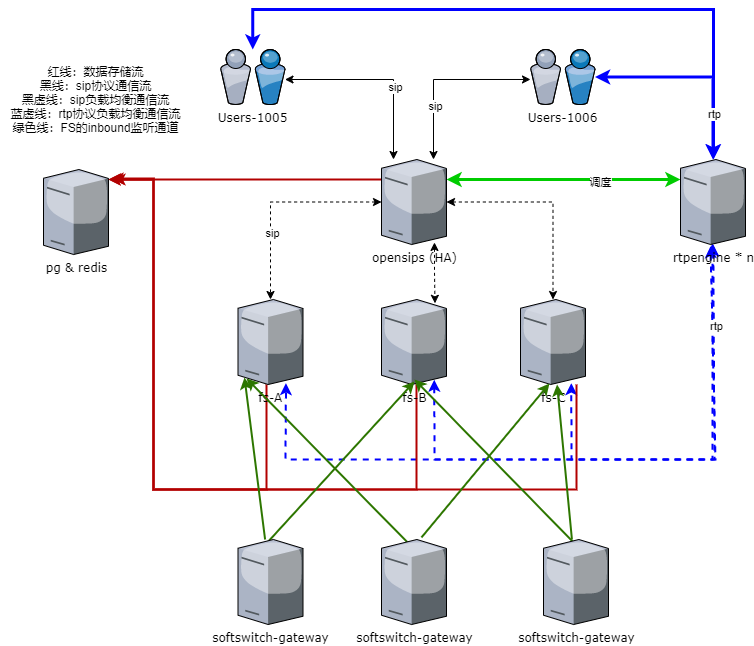
This is doc/img/opensips-fs-app.png from Atoms-Cat/softswitch-gateway, a draw.io export, as it was before one commit. Source tidied: cells renumbered, new cells last; positions are measured from the earlier drawing's top-left corner, leaving out a move shared by most shapes.
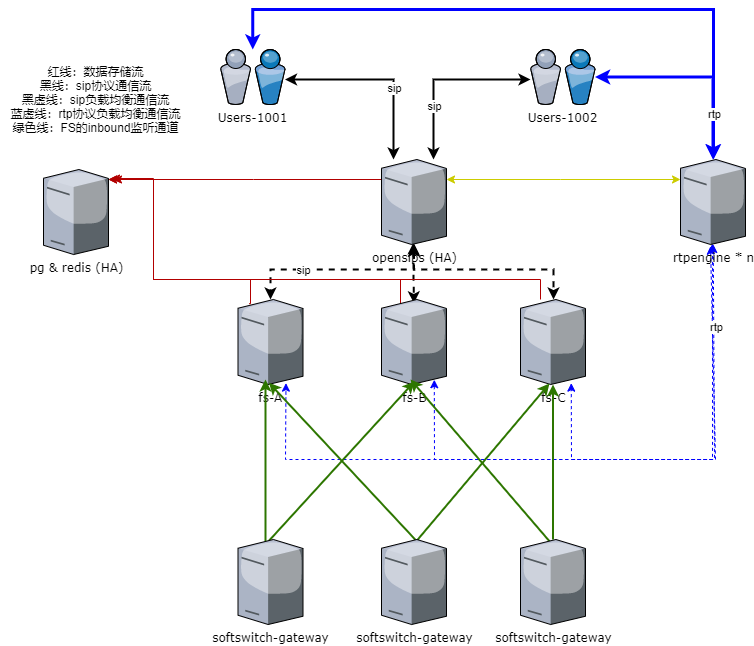
After the commit.

The edit, as a diff of the source:
```diff
@@ -2,10 +2,10 @@
   <root>
     <mxCell id="0" />
     <mxCell id="1" parent="0" />
-    <mxCell id="2" value="pg &amp;amp; redis" style="verticalLabelPosition=bottom;html=1;verticalAlign=top;strokeColor=none;shape=mxgraph.citrix.tower_server;rounded=0;shadow=0;comic=0;fontFamily=Verdana;" parent="1" vertex="1">
+    <mxCell id="2" value="pg &amp;amp; redis (HA)" style="verticalLabelPosition=bottom;html=1;verticalAlign=top;strokeColor=none;shape=mxgraph.citrix.tower_server;rounded=0;shadow=0;comic=0;fontFamily=Verdana;" parent="1" vertex="1">
       <mxGeometry x="43" y="160" width="65" height="85" as="geometry" />
     </mxCell>
-    <mxCell id="3" style="edgeStyle=orthogonalEdgeStyle;rounded=0;jettySize=auto;html=1;startArrow=classic;startFill=1;" parent="1" edge="1" source="6">
+    <mxCell id="3" style="edgeStyle=orthogonalEdgeStyle;rounded=0;jettySize=auto;html=1;startArrow=classic;startFill=1;strokeWidth=2;" parent="1" edge="1" source="6">
       <mxGeometry relative="1" as="geometry">
         <mxPoint x="393" y="150" as="targetPoint" />
         <Array as="points">
@@ -24,22 +24,39 @@
         </Array>
       </mxGeometry>
     </mxCell>
-    <mxCell id="6" value="Users-1005" style="verticalLabelPosition=bottom;html=1;verticalAlign=top;strokeColor=none;shape=mxgraph.citrix.users;rounded=0;shadow=0;comic=0;fontFamily=Verdana;" parent="1" vertex="1">
+    <mxCell id="6" value="Users-1001" style="verticalLabelPosition=bottom;html=1;verticalAlign=top;strokeColor=none;shape=mxgraph.citrix.users;rounded=0;shadow=0;comic=0;fontFamily=Verdana;" parent="1" vertex="1">
       <mxGeometry x="220" y="40" width="64.5" height="55" as="geometry" />
     </mxCell>
-    <mxCell id="7" style="edgeStyle=orthogonalEdgeStyle;rounded=0;jettySize=auto;html=1;dashed=1;startArrow=classic;startFill=1;" parent="1" edge="1" source="16" target="25">
-      <mxGeometry relative="1" as="geometry" />
+    <mxCell id="7" style="edgeStyle=orthogonalEdgeStyle;rounded=0;jettySize=auto;html=1;dashed=1;startArrow=classic;startFill=1;strokeWidth=2;" parent="1" edge="1" source="16" target="25">
+      <mxGeometry relative="1" as="geometry">
+        <Array as="points">
+          <mxPoint x="414" y="260" />
+          <mxPoint x="270" y="260" />
+        </Array>
+      </mxGeometry>
     </mxCell>
     <mxCell id="8" value="sip" style="edgeLabel;html=1;align=center;verticalAlign=middle;" parent="7" vertex="1">
       <mxGeometry x="0.37" y="1" relative="1" as="geometry" />
     </mxCell>
-    <mxCell id="9" style="edgeStyle=orthogonalEdgeStyle;rounded=0;jettySize=auto;html=1;dashed=1;exitX=0.815;exitY=0.976;exitDx=0;exitDy=0;exitPerimeter=0;entryX=0.823;entryY=0.045;entryDx=0;entryDy=0;entryPerimeter=0;startArrow=classic;startFill=1;" parent="1" edge="1" source="16" target="27">
-      <mxGeometry relative="1" as="geometry" />
+    <mxCell id="9" style="edgeStyle=orthogonalEdgeStyle;rounded=0;orthogonalLoop=1;jettySize=auto;html=1;dashed=1;exitX=0.815;exitY=0.976;exitDx=0;exitDy=0;exitPerimeter=0;entryX=0.823;entryY=0.045;entryDx=0;entryDy=0;entryPerimeter=0;startArrow=classic;startFill=1;strokeWidth=2;" parent="1" edge="1">
+      <mxGeometry relative="1" as="geometry">
+        <mxPoint x="413" y="233" as="sourcePoint" />
+        <mxPoint x="413.5" y="293.8" as="targetPoint" />
+        <Array as="points">
+          <mxPoint x="413" y="263" />
+          <mxPoint x="414" y="263" />
+        </Array>
+      </mxGeometry>
     </mxCell>
-    <mxCell id="10" style="edgeStyle=orthogonalEdgeStyle;rounded=0;jettySize=auto;html=1;dashed=1;startArrow=classic;startFill=1;" parent="1" edge="1" source="16" target="29">
-      <mxGeometry relative="1" as="geometry" />
+    <mxCell id="10" style="edgeStyle=orthogonalEdgeStyle;rounded=0;jettySize=auto;html=1;dashed=1;startArrow=classic;startFill=1;strokeWidth=2;" parent="1" edge="1" source="16" target="29">
+      <mxGeometry relative="1" as="geometry">
+        <Array as="points">
+          <mxPoint x="414" y="260" />
+          <mxPoint x="553" y="260" />
+        </Array>
+      </mxGeometry>
     </mxCell>
-    <mxCell id="11" style="edgeStyle=orthogonalEdgeStyle;rounded=0;jettySize=auto;html=1;entryX=0;entryY=0.545;entryDx=0;entryDy=0;entryPerimeter=0;startArrow=classic;startFill=1;" parent="1" edge="1" source="16" target="23">
+    <mxCell id="11" style="edgeStyle=orthogonalEdgeStyle;rounded=0;jettySize=auto;html=1;entryX=0;entryY=0.545;entryDx=0;entryDy=0;entryPerimeter=0;startArrow=classic;startFill=1;strokeWidth=2;" parent="1" edge="1" source="16" target="23">
       <mxGeometry relative="1" as="geometry">
         <Array as="points">
           <mxPoint x="433" y="70" />
@@ -49,7 +66,7 @@
     <mxCell id="12" value="sip&lt;br&gt;" style="edgeLabel;html=1;align=center;verticalAlign=middle;" parent="11" vertex="1">
       <mxGeometry x="-0.39" y="-1" relative="1" as="geometry" />
     </mxCell>
-    <mxCell id="13" style="edgeStyle=orthogonalEdgeStyle;rounded=0;jettySize=auto;html=1;fillColor=#e51400;strokeColor=#B20000;strokeWidth=2;" parent="1" edge="1" source="16" target="2">
+    <mxCell id="13" style="edgeStyle=orthogonalEdgeStyle;rounded=0;jettySize=auto;html=1;fillColor=#e51400;strokeColor=#B20000;strokeWidth=1;" parent="1" edge="1" source="16" target="2">
       <mxGeometry relative="1" as="geometry">
         <Array as="points">
           <mxPoint x="253" y="170" />
@@ -57,7 +74,7 @@
         </Array>
       </mxGeometry>
     </mxCell>
-    <mxCell id="14" style="edgeStyle=orthogonalEdgeStyle;rounded=0;jettySize=auto;html=1;startArrow=classic;startFill=1;endArrow=classic;endFill=1;strokeWidth=3;strokeColor=#00CC00;" parent="1" edge="1" source="16" target="31">
+    <mxCell id="14" style="edgeStyle=orthogonalEdgeStyle;rounded=0;jettySize=auto;html=1;startArrow=classic;startFill=1;endArrow=classic;endFill=1;strokeWidth=1;strokeColor=#CCCC00;" parent="1" edge="1" source="16" target="31">
       <mxGeometry relative="1" as="geometry">
         <Array as="points">
           <mxPoint x="560" y="170" />
@@ -65,13 +82,10 @@
         </Array>
       </mxGeometry>
     </mxCell>
-    <mxCell id="15" value="调度" style="edgeLabel;html=1;align=center;verticalAlign=middle;" parent="14" vertex="1">
-      <mxGeometry x="0.31" y="-2" relative="1" as="geometry" />
-    </mxCell>
     <mxCell id="16" value="opensips (HA)" style="verticalLabelPosition=bottom;html=1;verticalAlign=top;strokeColor=none;shape=mxgraph.citrix.tower_server;rounded=0;shadow=0;comic=0;fontFamily=Verdana;" parent="1" vertex="1">
       <mxGeometry x="381" y="150" width="65" height="85" as="geometry" />
     </mxCell>
-    <mxCell id="17" style="edgeStyle=none;rounded=0;jettySize=auto;html=1;entryX=0.738;entryY=0.984;entryDx=0;entryDy=0;entryPerimeter=0;dashed=1;startArrow=classic;startFill=1;strokeWidth=2;strokeColor=#0000FF;exitX=0.462;exitY=1.02;exitDx=0;exitDy=0;exitPerimeter=0;" parent="1" edge="1" source="31" target="25">
+    <mxCell id="17" style="edgeStyle=none;rounded=0;jettySize=auto;html=1;entryX=0.738;entryY=0.984;entryDx=0;entryDy=0;entryPerimeter=0;dashed=1;startArrow=classic;startFill=1;strokeWidth=1;strokeColor=#0000FF;exitX=0.462;exitY=1.02;exitDx=0;exitDy=0;exitPerimeter=0;" parent="1" edge="1" source="31" target="25">
       <mxGeometry relative="1" as="geometry">
         <Array as="points">
           <mxPoint x="715" y="450" />
@@ -79,7 +93,7 @@
         </Array>
       </mxGeometry>
     </mxCell>
-    <mxCell id="18" style="edgeStyle=none;rounded=0;jettySize=auto;html=1;entryX=0.812;entryY=0.944;entryDx=0;entryDy=0;entryPerimeter=0;dashed=1;startArrow=classic;startFill=1;strokeColor=#0000FF;strokeWidth=2;exitX=0.492;exitY=0.988;exitDx=0;exitDy=0;exitPerimeter=0;" parent="1" edge="1" source="31" target="27">
+    <mxCell id="18" style="edgeStyle=none;rounded=0;jettySize=auto;html=1;entryX=0.812;entryY=0.944;entryDx=0;entryDy=0;entryPerimeter=0;dashed=1;startArrow=classic;startFill=1;strokeColor=#0000FF;strokeWidth=1;exitX=0.492;exitY=0.988;exitDx=0;exitDy=0;exitPerimeter=0;" parent="1" edge="1" source="31" target="27">
       <mxGeometry relative="1" as="geometry">
         <Array as="points">
           <mxPoint x="712" y="450" />
@@ -87,7 +101,7 @@
         </Array>
       </mxGeometry>
     </mxCell>
-    <mxCell id="19" style="edgeStyle=none;rounded=0;jettySize=auto;html=1;entryX=0.781;entryY=0.984;entryDx=0;entryDy=0;entryPerimeter=0;dashed=1;startArrow=classic;startFill=1;strokeColor=#0000FF;strokeWidth=2;" parent="1" edge="1" source="31" target="29">
+    <mxCell id="19" style="edgeStyle=none;rounded=0;jettySize=auto;html=1;entryX=0.781;entryY=0.984;entryDx=0;entryDy=0;entryPerimeter=0;dashed=1;startArrow=classic;startFill=1;strokeColor=#0000FF;strokeWidth=1;" parent="1" edge="1" source="31" target="29">
       <mxGeometry relative="1" as="geometry">
         <Array as="points">
           <mxPoint x="714" y="450" />
@@ -104,14 +118,15 @@
     <mxCell id="22" value="rtp" style="edgeLabel;html=1;align=center;verticalAlign=middle;" parent="21" vertex="1">
       <mxGeometry x="0.55" y="1" relative="1" as="geometry" />
     </mxCell>
-    <mxCell id="23" value="Users-1006" style="verticalLabelPosition=bottom;html=1;verticalAlign=top;strokeColor=none;shape=mxgraph.citrix.users;rounded=0;shadow=0;comic=0;fontFamily=Verdana;" parent="1" vertex="1">
+    <mxCell id="23" value="Users-1002" style="verticalLabelPosition=bottom;html=1;verticalAlign=top;strokeColor=none;shape=mxgraph.citrix.users;rounded=0;shadow=0;comic=0;fontFamily=Verdana;" parent="1" vertex="1">
       <mxGeometry x="530" y="40" width="64.5" height="55" as="geometry" />
     </mxCell>
-    <mxCell id="24" style="edgeStyle=orthogonalEdgeStyle;rounded=0;jettySize=auto;html=1;strokeWidth=2;entryX=1.046;entryY=0.106;entryDx=0;entryDy=0;entryPerimeter=0;fillColor=#e51400;strokeColor=#B20000;" parent="1" edge="1" source="25" target="2">
+    <mxCell id="24" style="edgeStyle=orthogonalEdgeStyle;rounded=0;jettySize=auto;html=1;strokeWidth=1;entryX=1.046;entryY=0.106;entryDx=0;entryDy=0;entryPerimeter=0;fillColor=#e51400;strokeColor=#B20000;exitX=0.172;exitY=0.049;exitDx=0;exitDy=0;exitPerimeter=0;" parent="1" edge="1" source="25" target="2">
       <mxGeometry relative="1" as="geometry">
         <Array as="points">
-          <mxPoint x="266" y="480" />
-          <mxPoint x="153" y="480" />
+          <mxPoint x="250" y="294" />
+          <mxPoint x="250" y="270" />
+          <mxPoint x="153" y="270" />
           <mxPoint x="153" y="169" />
         </Array>
       </mxGeometry>
@@ -119,11 +134,12 @@
     <mxCell id="25" value="fs-A" style="verticalLabelPosition=bottom;html=1;verticalAlign=top;strokeColor=none;shape=mxgraph.citrix.tower_server;rounded=0;shadow=0;comic=0;fontFamily=Verdana;" parent="1" vertex="1">
       <mxGeometry x="237.5" y="290" width="65" height="85" as="geometry" />
     </mxCell>
-    <mxCell id="26" style="edgeStyle=orthogonalEdgeStyle;rounded=0;jettySize=auto;html=1;strokeWidth=2;fillColor=#e51400;strokeColor=#B20000;" parent="1" edge="1" source="27" target="2">
+    <mxCell id="26" style="edgeStyle=orthogonalEdgeStyle;rounded=0;jettySize=auto;html=1;strokeWidth=1;fillColor=#e51400;strokeColor=#B20000;" parent="1" edge="1" target="2">
       <mxGeometry relative="1" as="geometry">
+        <mxPoint x="400" y="300" as="sourcePoint" />
         <Array as="points">
-          <mxPoint x="416" y="480" />
-          <mxPoint x="153" y="480" />
+          <mxPoint x="400" y="270" />
+          <mxPoint x="153" y="270" />
           <mxPoint x="153" y="170" />
         </Array>
       </mxGeometry>
@@ -131,12 +147,12 @@
     <mxCell id="27" value="fs-B" style="verticalLabelPosition=bottom;html=1;verticalAlign=top;strokeColor=none;shape=mxgraph.citrix.tower_server;rounded=0;shadow=0;comic=0;fontFamily=Verdana;" parent="1" vertex="1">
       <mxGeometry x="381" y="290" width="65" height="85" as="geometry" />
     </mxCell>
-    <mxCell id="28" style="edgeStyle=orthogonalEdgeStyle;rounded=0;jettySize=auto;html=1;strokeWidth=2;fillColor=#e51400;strokeColor=#B20000;" parent="1" edge="1" source="29">
+    <mxCell id="28" style="edgeStyle=orthogonalEdgeStyle;rounded=0;jettySize=auto;html=1;strokeWidth=1;fillColor=#e51400;strokeColor=#B20000;" parent="1" edge="1" source="29">
       <mxGeometry relative="1" as="geometry">
         <mxPoint x="113" y="170" as="targetPoint" />
         <Array as="points">
-          <mxPoint x="576" y="480" />
-          <mxPoint x="153" y="480" />
+          <mxPoint x="540" y="270" />
+          <mxPoint x="153" y="270" />
           <mxPoint x="153" y="170" />
         </Array>
       </mxGeometry>
@@ -150,8 +166,11 @@
     <mxCell id="31" value="rtpengine * n" style="verticalLabelPosition=bottom;html=1;verticalAlign=top;strokeColor=none;shape=mxgraph.citrix.tower_server;rounded=0;shadow=0;comic=0;fontFamily=Verdana;" parent="1" vertex="1">
       <mxGeometry x="680" y="150" width="65" height="85" as="geometry" />
     </mxCell>
-    <mxCell id="32" style="rounded=0;jettySize=auto;html=1;strokeWidth=2;entryX=0.1;entryY=0.918;entryDx=0;entryDy=0;entryPerimeter=0;fillColor=#60a917;strokeColor=#2D7600;" parent="1" edge="1" source="34" target="25">
-      <mxGeometry relative="1" as="geometry" />
+    <mxCell id="32" style="rounded=0;orthogonalLoop=1;jettySize=auto;html=1;strokeWidth=2;fillColor=#60a917;strokeColor=#2D7600;" parent="1" edge="1">
+      <mxGeometry relative="1" as="geometry">
+        <mxPoint x="265" y="540" as="sourcePoint" />
+        <mxPoint x="265" y="370" as="targetPoint" />
+      </mxGeometry>
     </mxCell>
     <mxCell id="33" style="rounded=0;jettySize=auto;html=1;strokeWidth=2;exitX=0.438;exitY=0.047;exitDx=0;exitDy=0;exitPerimeter=0;fillColor=#60a917;strokeColor=#2D7600;" parent="1" edge="1" source="34">
       <mxGeometry relative="1" as="geometry">
@@ -166,18 +185,19 @@
     </mxCell>
     <mxCell id="36" style="edgeStyle=none;rounded=0;jettySize=auto;html=1;strokeWidth=2;fillColor=#60a917;strokeColor=#2D7600;exitX=0.462;exitY=0.035;exitDx=0;exitDy=0;exitPerimeter=0;" parent="1" edge="1" source="37">
       <mxGeometry relative="1" as="geometry">
-        <mxPoint x="414" y="370" as="targetPoint" />
+        <mxPoint x="410" y="370" as="targetPoint" />
       </mxGeometry>
     </mxCell>
     <mxCell id="37" value="softswitch-gateway" style="verticalLabelPosition=bottom;html=1;verticalAlign=top;strokeColor=none;shape=mxgraph.citrix.tower_server;rounded=0;shadow=0;comic=0;fontFamily=Verdana;" parent="1" vertex="1">
-      <mxGeometry x="543" y="530" width="65" height="85" as="geometry" />
+      <mxGeometry x="520" y="530" width="65" height="85" as="geometry" />
     </mxCell>
-    <mxCell id="38" style="edgeStyle=none;rounded=0;jettySize=auto;html=1;strokeWidth=2;fillColor=#60a917;strokeColor=#2D7600;entryX=0.131;entryY=0.929;entryDx=0;entryDy=0;entryPerimeter=0;" parent="1" edge="1" target="25">
+    <mxCell id="38" style="edgeStyle=none;rounded=0;orthogonalLoop=1;jettySize=auto;html=1;strokeWidth=2;fillColor=#60a917;strokeColor=#2D7600;entryX=0.415;entryY=0.98;entryDx=0;entryDy=0;entryPerimeter=0;" parent="1" edge="1">
       <mxGeometry relative="1" as="geometry">
-        <mxPoint x="414" y="540" as="sourcePoint" />
+        <mxPoint x="424" y="540" as="sourcePoint" />
+        <mxPoint x="268.5" y="373.3" as="targetPoint" />
       </mxGeometry>
     </mxCell>
-    <mxCell id="39" style="edgeStyle=none;rounded=0;jettySize=auto;html=1;entryX=0.446;entryY=0.988;entryDx=0;entryDy=0;entryPerimeter=0;strokeWidth=2;fillColor=#60a917;strokeColor=#2D7600;exitX=0.615;exitY=-0.024;exitDx=0;exitDy=0;exitPerimeter=0;" parent="1" edge="1" source="40" target="29">
+    <mxCell id="39" style="edgeStyle=none;rounded=0;jettySize=auto;html=1;entryX=0.446;entryY=0.988;entryDx=0;entryDy=0;entryPerimeter=0;strokeWidth=2;fillColor=#60a917;strokeColor=#2D7600;exitX=0.515;exitY=0.039;exitDx=0;exitDy=0;exitPerimeter=0;" parent="1" edge="1" source="40" target="29">
       <mxGeometry relative="1" as="geometry" />
     </mxCell>
     <mxCell id="40" value="softswitch-gateway" style="verticalLabelPosition=bottom;html=1;verticalAlign=top;strokeColor=none;shape=mxgraph.citrix.tower_server;rounded=0;shadow=0;comic=0;fontFamily=Verdana;" parent="1" vertex="1">
```
